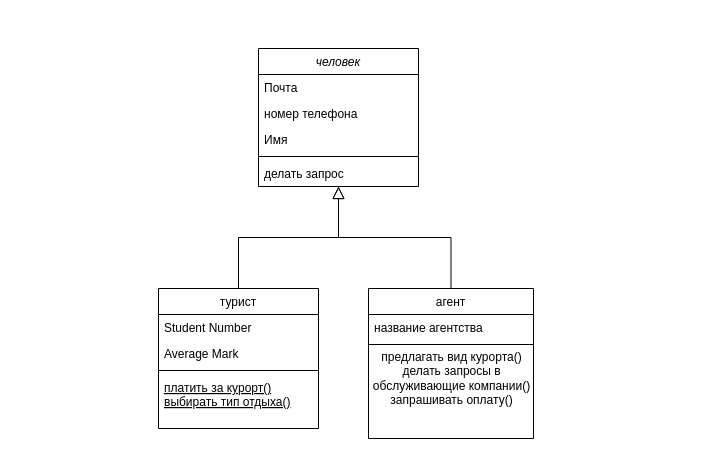
This is UML.drawio from LeshuySMB/Labs, a draw.io file, before an edit. Source tidied: cells renumbered, new cells numbered last; positions are measured from the earlier drawing's top-left corner, leaving out a move shared by most shapes. Both pictures are drawn from the tidied source at 100%, with x=0, y=0 at pixel (158, 48).
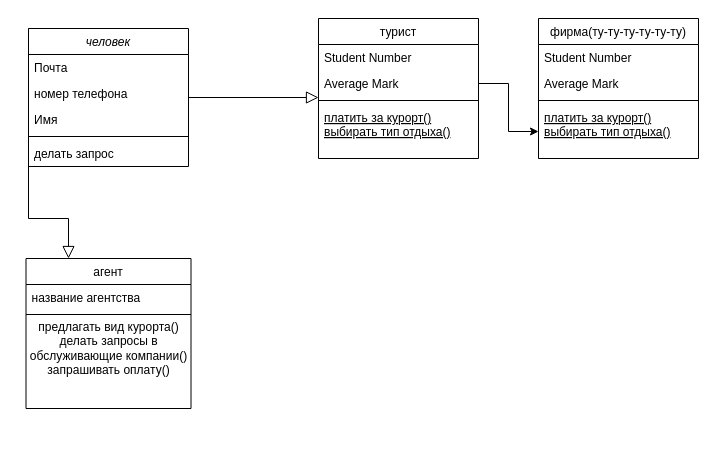
The same diagram, later.

The change refers to these unchanged cells:
```xml
<mxCell id="10" value="Average Mark" style="text;align=left;verticalAlign=top;spacingLeft=4;spacingRight=4;overflow=hidden;points=[[0,0.5],[1,0.5]];portConstraint=eastwest;rounded=0;shadow=0;html=0;" parent="8" vertex="1">
  <mxGeometry y="52" width="160" height="26" as="geometry" />
</mxCell>
```

The edit, as a diff of the source:
```diff
@@
     <mxCell id="2" value="человек" style="swimlane;fontStyle=2;align=center;verticalAlign=top;horizontal=1;startSize=26;rounded=0;shadow=0;strokeWidth=1;" parent="1" vertex="1">
-      <mxGeometry x="100" width="160" height="138" as="geometry" />
+      <mxGeometry x="-130" y="-20" width="160" height="138" as="geometry" />
     </mxCell>
@@
     <mxCell id="8" value="турист" style="swimlane;fontStyle=0;align=center;verticalAlign=top;horizontal=1;startSize=26;rounded=0;shadow=0;strokeWidth=1;" parent="1" vertex="1">
-      <mxGeometry y="240" width="160" height="140" as="geometry" />
+      <mxGeometry x="160" y="-30" width="160" height="140" as="geometry" />
     </mxCell>
@@
-    <mxCell id="13" style="endArrow=block;endSize=10;endFill=0;shadow=0;strokeWidth=1;rounded=0;edgeStyle=elbowEdgeStyle;elbow=vertical;" parent="1" edge="1" source="8" target="2">
-      <mxGeometry relative="1" as="geometry" />
-    </mxCell>
     <mxCell id="14" value="агент" style="swimlane;fontStyle=0;align=center;verticalAlign=top;horizontal=1;startSize=26;rounded=0;shadow=0;strokeWidth=1;" parent="1" vertex="1">
-      <mxGeometry x="210" y="240" width="165" height="150" as="geometry" />
+      <mxGeometry x="-132.5" y="210" width="165" height="150" as="geometry" />
     </mxCell>
@@
-    <mxCell id="18" style="endArrow=block;endSize=10;endFill=0;shadow=0;strokeWidth=1;rounded=0;edgeStyle=elbowEdgeStyle;elbow=vertical;" parent="1" edge="1" source="14" target="2">
-      <mxGeometry relative="1" as="geometry" />
+    <mxCell id="18" style="endArrow=block;endSize=10;endFill=0;shadow=0;strokeWidth=1;rounded=0;edgeStyle=elbowEdgeStyle;elbow=vertical;exitX=0;exitY=0;exitDx=0;exitDy=0;" parent="1" edge="1" source="2" target="14">
+      <mxGeometry relative="1" as="geometry">
+        <Array as="points">
+          <mxPoint x="-90" y="170" />
+        </Array>
+      </mxGeometry>
     </mxCell>
+    <mxCell id="13" style="endArrow=block;endSize=10;endFill=0;shadow=0;strokeWidth=1;rounded=0;edgeStyle=elbowEdgeStyle;elbow=vertical;" parent="1" edge="1" source="2" target="8">
+      <mxGeometry relative="1" as="geometry">
+        <Array as="points">
+          <mxPoint x="-100" y="-10" />
+        </Array>
+      </mxGeometry>
+    </mxCell>
+    <mxCell id="19" value="фирма(ту-ту-ту-ту-ту-ту)" style="swimlane;fontStyle=0;align=center;verticalAlign=top;horizontal=1;startSize=26;rounded=0;shadow=0;strokeWidth=1;" parent="1" vertex="1">
+      <mxGeometry x="380" y="-30" width="160" height="140" as="geometry" />
+    </mxCell>
+    <mxCell id="20" value="Student Number" style="text;align=left;verticalAlign=top;spacingLeft=4;spacingRight=4;overflow=hidden;" parent="19" vertex="1">
+      <mxGeometry y="26" width="160" height="26" as="geometry" />
+    </mxCell>
+    <mxCell id="21" value="Average Mark" style="text;align=left;verticalAlign=top;spacingLeft=4;spacingRight=4;overflow=hidden;rounded=0;shadow=0;html=0;" parent="19" vertex="1">
+      <mxGeometry y="52" width="160" height="26" as="geometry" />
+    </mxCell>
+    <mxCell id="22" style="line;html=1;strokeWidth=1;align=left;verticalAlign=middle;spacingTop=-1;spacingLeft=3;spacingRight=3;labelPosition=right;" parent="19" vertex="1">
+      <mxGeometry y="78" width="160" height="8" as="geometry" />
+    </mxCell>
+    <mxCell id="23" value="платить за курорт()&#10;выбирать тип отдыха()" style="text;align=left;verticalAlign=top;spacingLeft=4;spacingRight=4;overflow=hidden;points=[[0,0.5],[1,0.5]];portConstraint=eastwest;fontStyle=4;" parent="19" vertex="1">
+      <mxGeometry y="86" width="160" height="54" as="geometry" />
+    </mxCell>
+    <mxCell id="24" style="edgeStyle=orthogonalEdgeStyle;rounded=0;jettySize=auto;html=1;" parent="1" edge="1" source="10" target="23">
+      <mxGeometry relative="1" as="geometry" />
+    </mxCell>
```
